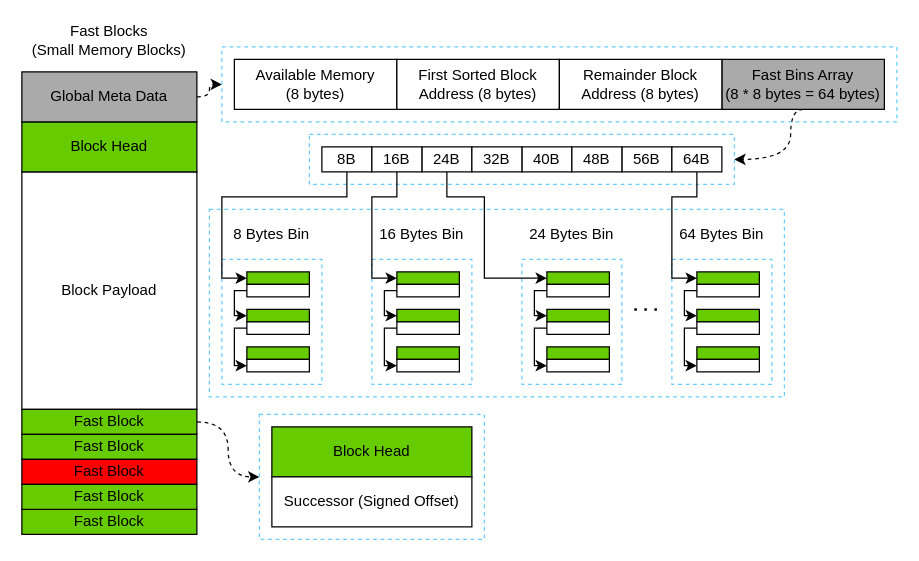
This is doc/img/deepvm-mem-bins-fast-bins.drawio from deeplang-org/deeplang, a draw.io file, before an edit. Source tidied: cells renumbered, new cells numbered last; positions are measured from the earlier drawing's top-left corner, leaving out a move shared by most shapes. Both pictures are drawn from the tidied source at 125%, with x=0, y=0 at pixel (21, 21).
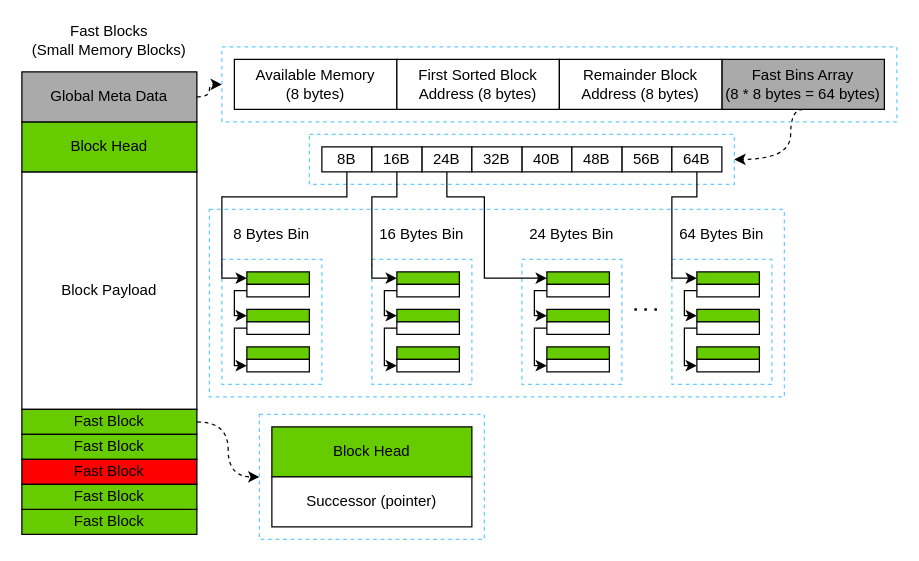
After the change.

The change refers to these unchanged cells:
```xml
<mxCell id="13" style="group;" parent="1" vertex="1">
  <mxGeometry x="190" y="314" width="180" height="100" as="geometry" />
</mxCell>
```

Diff of the diagram source:
```diff
@@
-    <mxCell id="16" value="Successor (Signed Offset)" style="rounded=0;whiteSpace=wrap;html=1;" parent="13" vertex="1">
+    <mxCell id="16" value="Successor (pointer)" style="rounded=0;whiteSpace=wrap;html=1;" parent="13" vertex="1">
       <mxGeometry x="10" y="50" width="160" height="40" as="geometry" />
     </mxCell>
```
